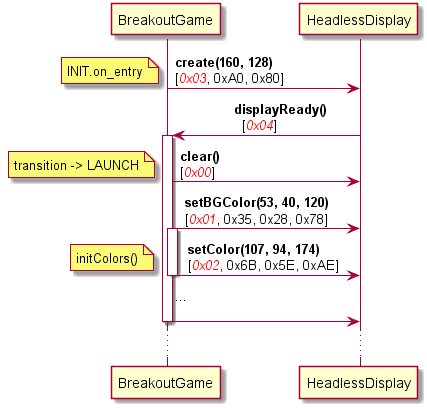
Before: docs/serialization.png, a diagram exported from PlantUML (SINTEF-9012/thingml-diversifier). Its source is kept beside it as src/main/resources/figures/serialization.plantuml. The source it was exported from:
```plantuml
@startuml
BreakoutGame -> HeadlessDisplay: <b>create(160, 128)</b>\n[<font color="red"><i>0x03</i></font>, 0xA0, 0x80]
note left : INIT.on_entry
HeadlessDisplay -> BreakoutGame: <b>           displayReady()</b>\n             [<font color="red"><i>0x04</i></font>]
activate BreakoutGame
BreakoutGame -> HeadlessDisplay: <b>clear()</b>\n[<font color="red"><i>0x00</i></font>]
note left : transition -> LAUNCH
BreakoutGame -> HeadlessDisplay: <b>setBGColor(53, 40, 120)</b>\n[<font color="red"><i>0x01</i></font>, 0x35, 0x28, 0x78]
activate BreakoutGame
BreakoutGame -> HeadlessDisplay: <b>  setColor(107, 94, 174)</b>\n  [<font color="red"><i>0x02</i></font>, 0x6B, 0x5E, 0xAE]
note left : initColors()
deactivate BreakoutGame
BreakoutGame -> HeadlessDisplay: ...\n
deactivate BreakoutGame
...
@enduml
```
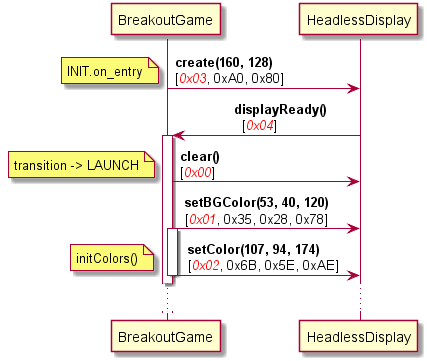
After the change.

Diff of the diagram source:
```diff
@@ -10,7 +10,5 @@
 BreakoutGame -> HeadlessDisplay: <b>  setColor(107, 94, 174)</b>\n  [<font color="red"><i>0x02</i></font>, 0x6B, 0x5E, 0xAE]
 note left : initColors()
 deactivate BreakoutGame
-BreakoutGame -> HeadlessDisplay: ...\n
-deactivate BreakoutGame
 ...
 @enduml
```
